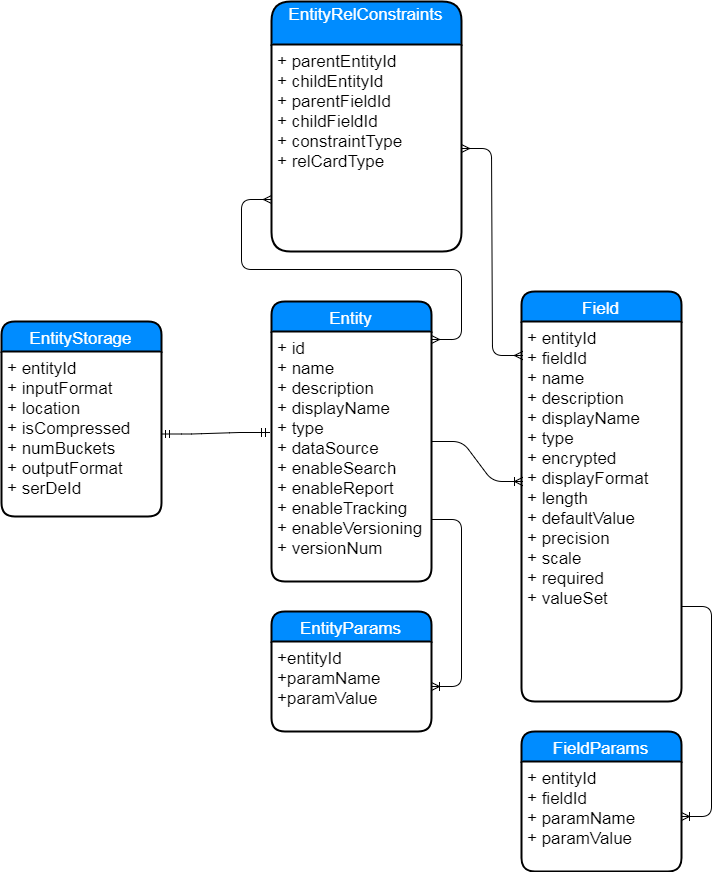
Earlier version of the draw.io export entity.png (sandhyaagarwal/diagrams). Source tidied: cells renumbered, new cells last; positions are measured from the earlier drawing's top-left corner, leaving out a move shared by most shapes.
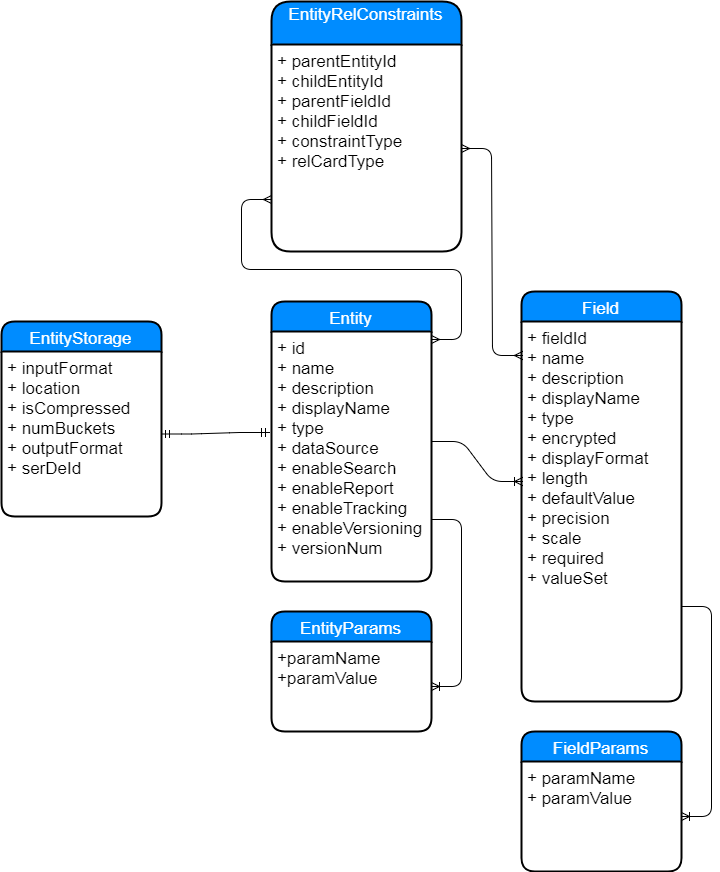
After the change.

What changed in the source:
```diff
@@ -14,7 +14,7 @@
     <mxCell id="5" value="EntityParams" style="swimlane;horizontal=1;startSize=30;fillColor=#008cff;fontColor=#FFFFFF;rounded=1;fontSize=17;fontStyle=0;strokeWidth=2;shadow=0;dashed=0;align=center;" parent="1" vertex="1">
       <mxGeometry x="270" y="610" width="160" height="120" as="geometry" />
     </mxCell>
-    <mxCell id="6" value="+entityId&#10;+paramName&#10;+paramValue" style="align=left;strokeColor=none;fillColor=none;spacingLeft=4;fontSize=17;verticalAlign=top;" parent="5" vertex="1">
+    <mxCell id="6" value="+paramName&#10;+paramValue" style="align=left;strokeColor=none;fillColor=none;spacingLeft=4;fontSize=17;verticalAlign=top;" parent="5" vertex="1">
       <mxGeometry y="30" width="160" height="90" as="geometry" />
     </mxCell>
     <mxCell id="7" style="edgeStyle=entityRelationEdgeStyle;html=1;endArrow=ERoneToMany;exitX=1;exitY=0.75;" parent="1" edge="1" source="3" target="6">
@@ -23,7 +23,7 @@
     <mxCell id="8" value="FieldParams" style="swimlane;horizontal=1;startSize=30;fillColor=#008cff;fontColor=#FFFFFF;rounded=1;fontSize=17;fontStyle=0;strokeWidth=2;shadow=0;dashed=0;align=center;" parent="1" vertex="1">
       <mxGeometry x="520" y="730" width="160" height="140" as="geometry" />
     </mxCell>
-    <mxCell id="9" value="+ entityId &#10;+ fieldId&#10;+ paramName&#10;+ paramValue" style="align=left;strokeColor=none;fillColor=none;spacingLeft=4;fontSize=17;verticalAlign=top;" parent="8" vertex="1">
+    <mxCell id="9" value="+ paramName&#10;+ paramValue" style="align=left;strokeColor=none;fillColor=none;spacingLeft=4;fontSize=17;verticalAlign=top;" parent="8" vertex="1">
       <mxGeometry y="30" width="160" height="110" as="geometry" />
     </mxCell>
     <mxCell id="10" style="edgeStyle=entityRelationEdgeStyle;html=1;endArrow=ERoneToMany;exitX=1;exitY=0.75;" parent="1" edge="1" source="12" target="9">
@@ -32,7 +32,7 @@
     <mxCell id="11" value="Field" style="swimlane;horizontal=1;startSize=30;fillColor=#008cff;fontColor=#FFFFFF;rounded=1;fontSize=17;fontStyle=0;strokeWidth=2;shadow=0;dashed=0;align=center;" parent="1" vertex="1">
       <mxGeometry x="520" y="290" width="160" height="410" as="geometry" />
     </mxCell>
-    <mxCell id="12" value="+ entityId&#10;+ fieldId&#10;+ name&#10;+ description&#10;+ displayName&#10;+ type&#10;+ encrypted&#10;+ displayFormat&#10;+ length&#10;+ defaultValue&#10;+ precision&#10;+ scale&#10;+ required&#10;+ valueSet&#10;" style="align=left;strokeColor=none;fillColor=none;spacingLeft=4;fontSize=17;verticalAlign=top;" parent="11" vertex="1">
+    <mxCell id="12" value="+ fieldId&#10;+ name&#10;+ description&#10;+ displayName&#10;+ type&#10;+ encrypted&#10;+ displayFormat&#10;+ length&#10;+ defaultValue&#10;+ precision&#10;+ scale&#10;+ required&#10;+ valueSet&#10;" style="align=left;strokeColor=none;fillColor=none;spacingLeft=4;fontSize=17;verticalAlign=top;" parent="11" vertex="1">
       <mxGeometry y="30" width="160" height="380" as="geometry" />
     </mxCell>
     <mxCell id="13" style="edgeStyle=entityRelationEdgeStyle;html=1;endArrow=ERmandOne;startArrow=ERmandOne;entryX=-0.012;entryY=0.404;entryPerimeter=0;" parent="1" edge="1" source="15" target="3">
@@ -41,7 +41,7 @@
     <mxCell id="14" value="EntityStorage" style="swimlane;horizontal=1;startSize=30;fillColor=#008cff;fontColor=#FFFFFF;rounded=1;fontSize=17;fontStyle=0;strokeWidth=2;shadow=0;dashed=0;align=center;" parent="1" vertex="1">
       <mxGeometry y="320" width="160" height="195" as="geometry" />
     </mxCell>
-    <mxCell id="15" value="+ entityId&#10;+ inputFormat&#10;+ location&#10;+ isCompressed&#10;+ numBuckets&#10;+ outputFormat&#10;+ serDeId" style="align=left;strokeColor=none;fillColor=none;spacingLeft=4;fontSize=17;verticalAlign=top;" parent="14" vertex="1">
+    <mxCell id="15" value="+ inputFormat&#10;+ location&#10;+ isCompressed&#10;+ numBuckets&#10;+ outputFormat&#10;+ serDeId" style="align=left;strokeColor=none;fillColor=none;spacingLeft=4;fontSize=17;verticalAlign=top;" parent="14" vertex="1">
       <mxGeometry y="30" width="160" height="165" as="geometry" />
     </mxCell>
     <mxCell id="16" value="EntityRelConstraints&#10;" style="swimlane;horizontal=1;startSize=43;fillColor=#008cff;fontColor=#FFFFFF;rounded=1;fontSize=17;fontStyle=0;strokeWidth=2;shadow=0;dashed=0;align=center;" parent="1" vertex="1">
```
